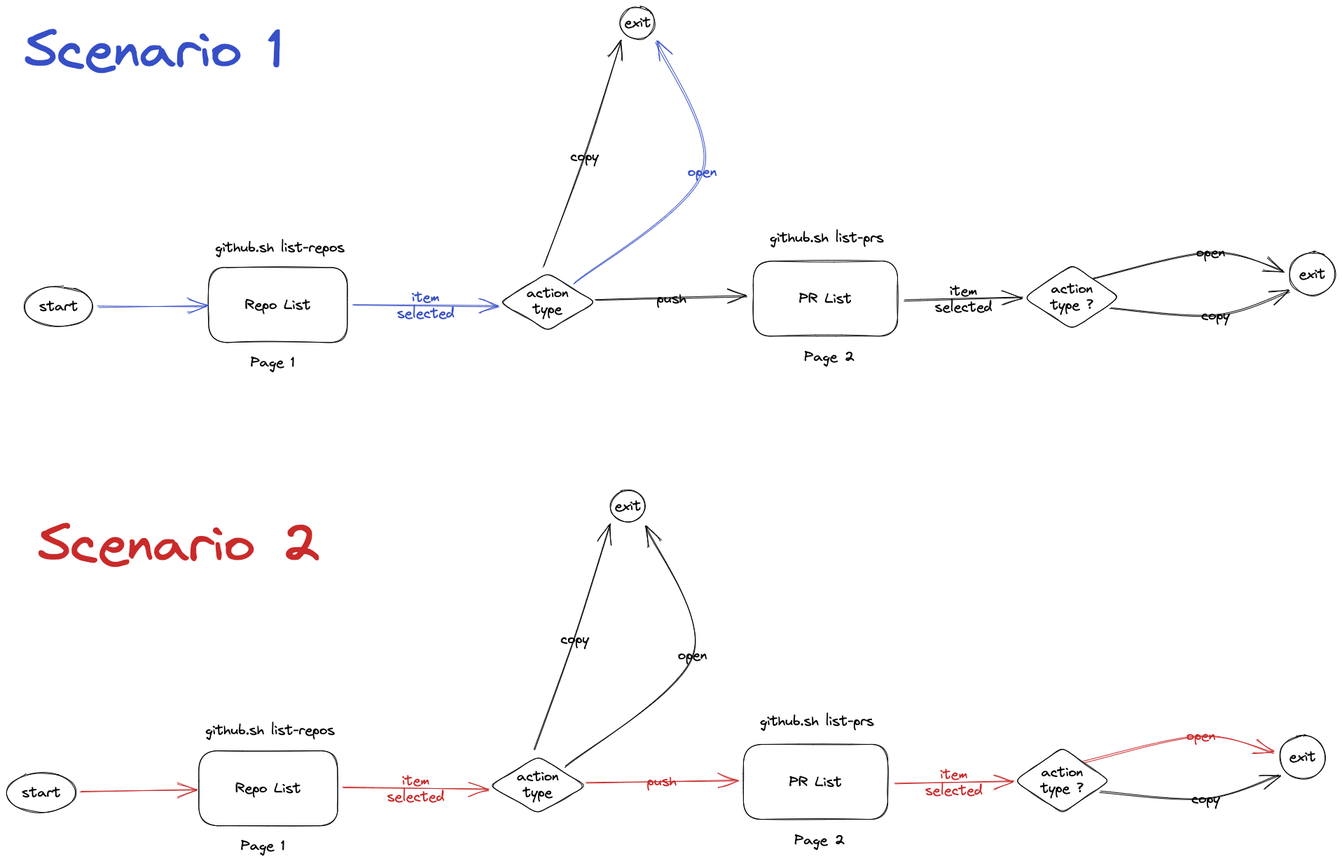
pomdtr/sunbeam keeps this Excalidraw diagram as docs/src/assets/event-loop.excalidraw.png. Above is the earlier version. Source tidied: one line per element, renumbered; positions are measured from the earlier drawing's top-left corner, leaving out a move shared by most shapes.
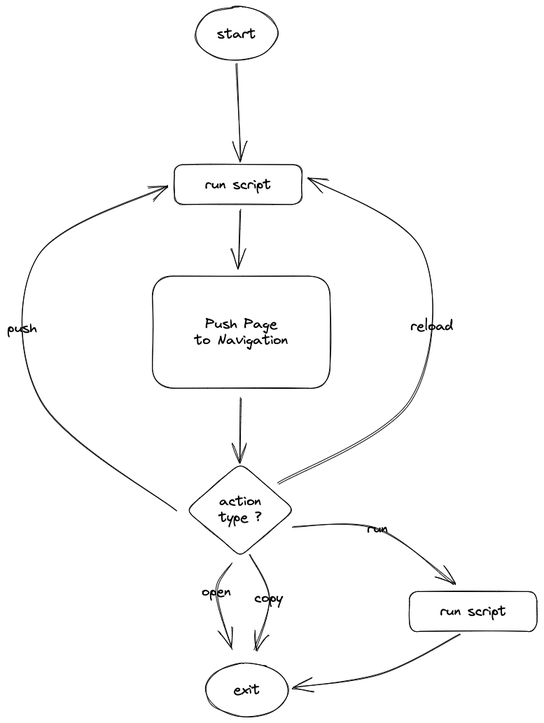
After the commit.

Diff of the diagram source:
```diff
@@ -1,68 +1,26 @@
-{"id": 0, "type": "ellipse", "strokeColor": "#000000", "strokeWidth": 1, "roughness": 1, "round": true, "x": 0, "y": 1093, "width": 98, "height": 57}
-{"id": 1, "type": "text", "text": "start", "strokeColor": "#000000", "strokeWidth": 1, "roughness": 1, "fontSize": 20, "fontFamily": 1, "textAlign": "center", "verticalAlign": "middle", "inside": 0, "x": 21, "y": 1110, "width": 56, "height": 23}
-{"id": 2, "type": "rectangle", "strokeColor": "#000000", "strokeWidth": 1, "roughness": 1, "round": true, "x": 274, "y": 1062, "width": 198, "height": 107}
-{"id": 3, "type": "text", "text": "Repo List", "strokeColor": "#000000", "strokeWidth": 1, "roughness": 1, "fontSize": 20, "fontFamily": 1, "textAlign": "center", "verticalAlign": "middle", "inside": 2, "x": 325, "y": 1104, "width": 95, "height": 23}
-{"id": 4, "type": "rectangle", "strokeColor": "#000000", "strokeWidth": 1, "roughness": 1, "round": true, "x": 1051, "y": 1053, "width": 206, "height": 107}
-{"id": 5, "type": "text", "text": "PR List", "strokeColor": "#000000", "strokeWidth": 1, "roughness": 1, "fontSize": 20, "fontFamily": 1, "textAlign": "center", "verticalAlign": "middle", "inside": 4, "x": 1116, "y": 1095, "width": 76, "height": 23}
-{"id": 6, "type": "diamond", "strokeColor": "#000000", "strokeWidth": 1, "roughness": 1, "round": true, "x": 689, "y": 1069, "width": 137, "height": 82}
-{"id": 7, "type": "text", "text": "action\ntype", "strokeColor": "#000000", "strokeWidth": 1, "roughness": 1, "fontSize": 20, "fontFamily": 1, "textAlign": "center", "verticalAlign": "middle", "inside": 6, "x": 728, "y": 1087, "width": 60, "height": 46}
-{"id": 8, "type": "arrow", "strokeColor": "#c92a2a", "strokeWidth": 1, "roughness": 1, "endArrowhead": "arrow", "round": true, "from": 2, "to": 6, "x": 479, "y": 1115, "width": 208, "height": 2, "points": [[0, 0], [208, 2]]}
-{"id": 9, "type": "text", "text": "item\nselected", "strokeColor": "#c92a2a", "strokeWidth": 1, "roughness": 1, "fontSize": 20, "fontFamily": 1, "textAlign": "center", "verticalAlign": "middle", "inside": 8, "x": 542, "y": 1093, "width": 83, "height": 46}
-{"id": 10, "type": "arrow", "strokeColor": "#c92a2a", "strokeWidth": 1, "roughness": 1, "endArrowhead": "arrow", "round": true, "from": 6, "to": 4, "x": 827, "y": 1108, "width": 216, "height": 5, "points": [[0, 0], [216, -5]]}
-{"id": 11, "type": "text", "text": "push", "strokeColor": "#c92a2a", "strokeWidth": 1, "roughness": 1, "fontSize": 20, "fontFamily": 1, "textAlign": "center", "verticalAlign": "middle", "inside": 10, "x": 913, "y": 1094, "width": 43, "height": 23}
-{"id": 12, "type": "arrow", "strokeColor": "#000000", "strokeWidth": 1, "roughness": 1, "endArrowhead": "arrow", "round": true, "from": 6, "to": 16, "x": 796, "y": 1084, "width": 183, "height": 345, "points": [[0, 0], [183, -159], [116, -345]]}
-{"id": 13, "type": "text", "text": "open", "strokeColor": "#000000", "strokeWidth": 1, "roughness": 1, "fontSize": 20, "fontFamily": 1, "textAlign": "center", "verticalAlign": "middle", "inside": 12, "x": 958, "y": 914, "width": 42, "height": 23}
-{"id": 14, "type": "text", "text": "Page 1", "strokeColor": "#000000", "strokeWidth": 1, "roughness": 1, "fontSize": 20, "fontFamily": 1, "x": 334, "y": 1185, "width": 64, "height": 25}
-{"id": 15, "type": "text", "text": "Page 2", "strokeColor": "#000000", "strokeWidth": 1, "roughness": 1, "fontSize": 20, "fontFamily": 1, "x": 1124, "y": 1177, "width": 73, "height": 25}
-{"id": 16, "type": "ellipse", "strokeColor": "#000000", "strokeWidth": 1, "roughness": 1, "round": true, "x": 862, "y": 690, "width": 49, "height": 46}
-{"id": 17, "type": "text", "text": "exit", "strokeColor": "#000000", "strokeWidth": 1, "roughness": 1, "fontSize": 20, "fontFamily": 1, "textAlign": "center", "verticalAlign": "middle", "inside": 16, "x": 867, "y": 701, "width": 39, "height": 23}
-{"id": 18, "type": "arrow", "strokeColor": "#c92a2a", "strokeWidth": 1, "roughness": 1, "endArrowhead": "arrow", "round": true, "from": 4, "to": 20, "x": 1267, "y": 1109, "width": 170, "height": 4, "points": [[0, 0], [170, -4]]}
-{"id": 19, "type": "text", "text": "item\nselected", "strokeColor": "#c92a2a", "strokeWidth": 1, "roughness": 1, "fontSize": 20, "fontFamily": 1, "textAlign": "center", "verticalAlign": "middle", "inside": 18, "x": 1310, "y": 1084, "width": 83, "height": 46}
-{"id": 20, "type": "diamond", "strokeColor": "#000000", "strokeWidth": 1, "roughness": 1, "round": true, "x": 1438, "y": 1057, "width": 137, "height": 93}
-{"id": 21, "type": "text", "text": "action\ntype ?", "strokeColor": "#000000", "strokeWidth": 1, "roughness": 1, "fontSize": 20, "fontFamily": 1, "textAlign": "center", "verticalAlign": "middle", "inside": 20, "x": 1475, "y": 1081, "width": 62, "height": 46}
-{"id": 22, "type": "arrow", "strokeColor": "#000000", "strokeWidth": 1, "roughness": 1, "endArrowhead": "arrow", "round": true, "from": 6, "to": 16, "x": 753, "y": 1060, "width": 110, "height": 323, "points": [[0, 0], [58, -157], [110, -323]]}
-{"id": 23, "type": "text", "text": "copy", "strokeColor": "#000000", "strokeWidth": 1, "roughness": 1, "fontSize": 20, "fontFamily": 1, "textAlign": "center", "verticalAlign": "middle", "inside": 22, "x": 790, "y": 891, "width": 41, "height": 23}
-{"id": 24, "type": "arrow", "strokeColor": "#c92a2a", "strokeWidth": 1, "roughness": 1, "endArrowhead": "arrow", "round": true, "from": 0, "to": 2, "x": 104, "y": 1121, "width": 167, "height": 3, "points": [[0, 0], [167, -3]]}
-{"id": 25, "type": "text", "text": "github.sh list-repos", "strokeColor": "#000000", "strokeWidth": 1, "roughness": 1, "fontSize": 20, "fontFamily": 1, "x": 283, "y": 1020, "width": 186, "height": 25}
-{"id": 26, "type": "text", "text": "github.sh list-prs", "strokeColor": "#000000", "strokeWidth": 1, "roughness": 1, "fontSize": 20, "fontFamily": 1, "x": 1075, "y": 1007, "width": 164, "height": 25}
-{"id": 27, "type": "ellipse", "strokeColor": "#000000", "strokeWidth": 1, "roughness": 1, "round": true, "x": 1817, "y": 1040, "width": 65, "height": 62}
-{"id": 28, "type": "text", "text": "exit", "strokeColor": "#000000", "strokeWidth": 1, "roughness": 1, "fontSize": 20, "fontFamily": 1, "textAlign": "center", "verticalAlign": "middle", "inside": 27, "x": 1830, "y": 1059, "width": 39, "height": 23}
-{"id": 29, "type": "arrow", "strokeColor": "#000000", "strokeWidth": 1, "roughness": 1, "endArrowhead": "arrow", "round": true, "from": 20, "to": 27, "x": 1561, "y": 1120, "width": 256, "height": 34, "points": [[0, 0], [151, 10], [256, -24]]}
-{"id": 30, "type": "text", "text": "copy", "strokeColor": "#000000", "strokeWidth": 1, "roughness": 1, "fontSize": 20, "fontFamily": 1, "textAlign": "center", "verticalAlign": "middle", "inside": 29, "x": 1691, "y": 1119, "width": 41, "height": 23}
-{"id": 31, "type": "arrow", "strokeColor": "#c92a2a", "strokeWidth": 1, "roughness": 1, "endArrowhead": "arrow", "round": true, "from": 20, "to": 27, "x": 1537, "y": 1077, "width": 271, "height": 36, "points": [[0, 0], [168, -36], [271, -12]]}
-{"id": 32, "type": "text", "text": "open", "strokeColor": "#c92a2a", "strokeWidth": 1, "roughness": 1, "fontSize": 20, "fontFamily": 1, "textAlign": "center", "verticalAlign": "middle", "inside": 31, "x": 1684, "y": 1029, "width": 42, "height": 23}
-{"id": 33, "type": "ellipse", "strokeColor": "#000000", "strokeWidth": 1, "roughness": 1, "round": true, "x": 25, "y": 399, "width": 98, "height": 57}
-{"id": 34, "type": "text", "text": "start", "strokeColor": "#000000", "strokeWidth": 1, "roughness": 1, "fontSize": 20, "fontFamily": 1, "textAlign": "center", "verticalAlign": "middle", "inside": 33, "x": 46, "y": 416, "width": 56, "height": 23}
-{"id": 35, "type": "rectangle", "strokeColor": "#000000", "strokeWidth": 1, "roughness": 1, "round": true, "x": 288, "y": 372, "width": 198, "height": 107}
-{"id": 36, "type": "text", "text": "Repo List", "strokeColor": "#000000", "strokeWidth": 1, "roughness": 1, "fontSize": 20, "fontFamily": 1, "textAlign": "center", "verticalAlign": "middle", "inside": 35, "x": 339, "y": 414, "width": 95, "height": 23}
-{"id": 37, "type": "rectangle", "strokeColor": "#000000", "strokeWidth": 1, "roughness": 1, "round": true, "x": 1065, "y": 363, "width": 206, "height": 107}
-{"id": 38, "type": "text", "text": "PR List", "strokeColor": "#000000", "strokeWidth": 1, "roughness": 1, "fontSize": 20, "fontFamily": 1, "textAlign": "center", "verticalAlign": "middle", "inside": 37, "x": 1130, "y": 405, "width": 76, "height": 23}
-{"id": 39, "type": "diamond", "strokeColor": "#000000", "strokeWidth": 1, "roughness": 1, "round": true, "x": 703, "y": 380, "width": 137, "height": 82}
-{"id": 40, "type": "text", "text": "action\ntype", "strokeColor": "#000000", "strokeWidth": 1, "roughness": 1, "fontSize": 20, "fontFamily": 1, "textAlign": "center", "verticalAlign": "middle", "inside": 39, "x": 742, "y": 397, "width": 60, "height": 46}
-{"id": 41, "type": "arrow", "strokeColor": "#364fc7", "strokeWidth": 1, "roughness": 1, "endArrowhead": "arrow", "round": true, "from": 35, "to": 39, "x": 494, "y": 425, "width": 208, "height": 2, "points": [[0, 0], [208, 2]]}
-{"id": 42, "type": "text", "text": "item\nselected", "strokeColor": "#364fc7", "strokeWidth": 1, "roughness": 1, "fontSize": 20, "fontFamily": 1, "textAlign": "center", "verticalAlign": "middle", "inside": 41, "x": 556, "y": 403, "width": 83, "height": 46}
-{"id": 43, "type": "arrow", "strokeColor": "#000000", "strokeWidth": 1, "roughness": 1, "endArrowhead": "arrow", "round": true, "from": 39, "to": 37, "x": 841, "y": 419, "width": 216, "height": 5, "points": [[0, 0], [216, -5]]}
-{"id": 44, "type": "text", "text": "push", "strokeColor": "#000000", "strokeWidth": 1, "roughness": 1, "fontSize": 20, "fontFamily": 1, "textAlign": "center", "verticalAlign": "middle", "inside": 43, "x": 927, "y": 405, "width": 43, "height": 23}
-{"id": 45, "type": "arrow", "strokeColor": "#364fc7", "strokeWidth": 1, "roughness": 1, "endArrowhead": "arrow", "round": true, "from": 39, "to": 49, "x": 810, "y": 394, "width": 183, "height": 345, "points": [[0, 0], [183, -159], [116, -345]]}
-{"id": 46, "type": "text", "text": "open", "strokeColor": "#364fc7", "strokeWidth": 1, "roughness": 1, "fontSize": 20, "fontFamily": 1, "textAlign": "center", "verticalAlign": "middle", "inside": 45, "x": 972, "y": 224, "width": 42, "height": 23}
-{"id": 47, "type": "text", "text": "Page 1", "strokeColor": "#000000", "strokeWidth": 1, "roughness": 1, "fontSize": 20, "fontFamily": 1, "x": 348, "y": 495, "width": 64, "height": 25}
-{"id": 48, "type": "text", "text": "Page 2", "strokeColor": "#000000", "strokeWidth": 1, "roughness": 1, "fontSize": 20, "fontFamily": 1, "x": 1138, "y": 487, "width": 73, "height": 25}
-{"id": 49, "type": "ellipse", "strokeColor": "#000000", "strokeWidth": 1, "roughness": 1, "round": true, "x": 876, "y": 0, "width": 49, "height": 46}
-{"id": 50, "type": "text", "text": "exit", "strokeColor": "#000000", "strokeWidth": 1, "roughness": 1, "fontSize": 20, "fontFamily": 1, "textAlign": "center", "verticalAlign": "middle", "inside": 49, "x": 881, "y": 11, "width": 39, "height": 23}
-{"id": 51, "type": "arrow", "strokeColor": "#000000", "strokeWidth": 1, "roughness": 1, "endArrowhead": "arrow", "round": true, "from": 37, "to": 53, "x": 1281, "y": 419, "width": 170, "height": 4, "points": [[0, 0], [170, -4]]}
-{"id": 52, "type": "text", "text": "item\nselected", "strokeColor": "#000000", "strokeWidth": 1, "roughness": 1, "fontSize": 20, "fontFamily": 1, "textAlign": "center", "verticalAlign": "middle", "inside": 51, "x": 1324, "y": 394, "width": 83, "height": 46}
-{"id": 53, "type": "diamond", "strokeColor": "#000000", "strokeWidth": 1, "roughness": 1, "round": true, "x": 1452, "y": 368, "width": 137, "height": 93}
-{"id": 54, "type": "text", "text": "action\ntype ?", "strokeColor": "#000000", "strokeWidth": 1, "roughness": 1, "fontSize": 20, "fontFamily": 1, "textAlign": "center", "verticalAlign": "middle", "inside": 53, "x": 1489, "y": 391, "width": 62, "height": 46}
-{"id": 55, "type": "arrow", "strokeColor": "#000000", "strokeWidth": 1, "roughness": 1, "endArrowhead": "arrow", "round": true, "from": 39, "to": 49, "x": 767, "y": 370, "width": 110, "height": 323, "points": [[0, 0], [58, -157], [110, -323]]}
-{"id": 56, "type": "text", "text": "copy", "strokeColor": "#000000", "strokeWidth": 1, "roughness": 1, "fontSize": 20, "fontFamily": 1, "textAlign": "center", "verticalAlign": "middle", "inside": 55, "x": 804, "y": 202, "width": 41, "height": 23}
-{"id": 57, "type": "arrow", "strokeColor": "#364fc7", "strokeWidth": 1, "roughness": 1, "endArrowhead": "arrow", "round": true, "from": 33, "to": 35, "x": 129, "y": 428, "width": 156, "height": 0, "points": [[0, 0], [156, 0]]}
-{"id": 58, "type": "text", "text": "github.sh list-repos", "strokeColor": "#000000", "strokeWidth": 1, "roughness": 1, "fontSize": 20, "fontFamily": 1, "x": 297, "y": 331, "width": 186, "height": 25}
-{"id": 59, "type": "text", "text": "github.sh list-prs", "strokeColor": "#000000", "strokeWidth": 1, "roughness": 1, "fontSize": 20, "fontFamily": 1, "x": 1089, "y": 317, "width": 164, "height": 25}
-{"id": 60, "type": "ellipse", "strokeColor": "#000000", "strokeWidth": 1, "roughness": 1, "round": true, "x": 1831, "y": 350, "width": 65, "height": 62}
-{"id": 61, "type": "text", "text": "exit", "strokeColor": "#000000", "strokeWidth": 1, "roughness": 1, "fontSize": 20, "fontFamily": 1, "textAlign": "center", "verticalAlign": "middle", "inside": 60, "x": 1844, "y": 370, "width": 39, "height": 23}
-{"id": 62, "type": "arrow", "strokeColor": "#000000", "strokeWidth": 1, "roughness": 1, "endArrowhead": "arrow", "round": true, "from": 53, "to": 60, "x": 1575, "y": 430, "width": 256, "height": 34, "points": [[0, 0], [151, 10], [256, -24]]}
-{"id": 63, "type": "text", "text": "copy", "strokeColor": "#000000", "strokeWidth": 1, "roughness": 1, "fontSize": 20, "fontFamily": 1, "textAlign": "center", "verticalAlign": "middle", "inside": 62, "x": 1705, "y": 429, "width": 41, "height": 23}
-{"id": 64, "type": "arrow", "strokeColor": "#000000", "strokeWidth": 1, "roughness": 1, "endArrowhead": "arrow", "round": true, "from": 53, "to": 60, "x": 1551, "y": 387, "width": 271, "height": 36, "points": [[0, 0], [168, -36], [271, -12]]}
-{"id": 65, "type": "text", "text": "open", "strokeColor": "#000000", "strokeWidth": 1, "roughness": 1, "fontSize": 20, "fontFamily": 1, "textAlign": "center", "verticalAlign": "middle", "inside": 64, "x": 1698, "y": 339, "width": 42, "height": 23}
-{"id": 66, "type": "text", "text": "Scenario 1", "strokeColor": "#364fc7", "strokeWidth": 1, "roughness": 1, "fontSize": 77.44, "fontFamily": 1, "x": 25, "y": 17, "width": 372, "height": 97}
-{"id": 67, "type": "text", "text": "Scenario 2", "strokeColor": "#c92a2a", "strokeWidth": 1, "roughness": 1, "fontSize": 77.44, "fontFamily": 1, "x": 44, "y": 720, "width": 404, "height": 98}
+{"id": 68, "type": "ellipse", "strokeColor": "#000000", "strokeWidth": 1, "roughness": 1, "round": true, "x": 547, "y": -159, "width": 118, "height": 76}
+{"id": 69, "type": "text", "text": "start", "strokeColor": "#000000", "strokeWidth": 1, "roughness": 1, "fontSize": 20, "fontFamily": 1, "textAlign": "center", "verticalAlign": "middle", "inside": 68, "x": 578, "y": -133, "width": 56, "height": 23}
+{"id": 70, "type": "rectangle", "strokeColor": "#000000", "strokeWidth": 1, "roughness": 1, "round": true, "x": 485, "y": 225, "width": 254, "height": 160}
+{"id": 71, "type": "text", "text": "Push Page\nto Navigation", "strokeColor": "#000000", "strokeWidth": 1, "roughness": 1, "fontSize": 20, "fontFamily": 1, "textAlign": "center", "verticalAlign": "middle", "inside": 70, "x": 545, "y": 282, "width": 134, "height": 46}
+{"id": 72, "type": "rectangle", "strokeColor": "#000000", "strokeWidth": 1, "roughness": 1, "round": true, "x": 517, "y": 66, "width": 182, "height": 57}
+{"id": 73, "type": "text", "text": "run script", "strokeColor": "#000000", "strokeWidth": 1, "roughness": 1, "fontSize": 20, "fontFamily": 1, "textAlign": "center", "verticalAlign": "middle", "inside": 72, "x": 560, "y": 83, "width": 95, "height": 23}
+{"id": 74, "type": "arrow", "strokeColor": "#000000", "strokeWidth": 1, "roughness": 1, "endArrowhead": "arrow", "round": true, "from": 68, "to": 72, "x": 605, "y": -79, "width": 7, "height": 140, "points": [[0, 0], [7, 140]]}
+{"id": 75, "type": "arrow", "strokeColor": "#000000", "strokeWidth": 1, "roughness": 1, "endArrowhead": "arrow", "round": true, "from": 72, "to": 70, "x": 611, "y": 130, "width": 3, "height": 81, "points": [[0, 0], [-3, 81]]}
+{"id": 76, "type": "arrow", "strokeColor": "#000000", "strokeWidth": 1, "roughness": 1, "endArrowhead": "arrow", "round": true, "from": 70, "to": 77, "x": 612, "y": 400, "width": 2, "height": 92, "points": [[0, 0], [-2, 92]]}
+{"id": 77, "type": "diamond", "strokeColor": "#000000", "strokeWidth": 1, "roughness": 1, "round": true, "x": 533, "y": 492, "width": 155, "height": 133}
+{"id": 78, "type": "text", "text": "action\ntype ?", "strokeColor": "#000000", "strokeWidth": 1, "roughness": 1, "fontSize": 20, "fontFamily": 1, "textAlign": "center", "verticalAlign": "middle", "inside": 77, "x": 580, "y": 535, "width": 62, "height": 46}
+{"id": 79, "type": "arrow", "strokeColor": "#000000", "strokeWidth": 1, "roughness": 1, "endArrowhead": "arrow", "round": true, "from": 77, "to": 72, "x": 521, "y": 560, "width": 200, "height": 464, "points": [[0, 0], [-196, -158], [-200, -362], [-13, -464]]}
+{"id": 80, "type": "text", "text": "push", "strokeColor": "#000000", "strokeWidth": 1, "roughness": 1, "fontSize": 20, "fontFamily": 1, "textAlign": "center", "verticalAlign": "middle", "inside": 79, "x": 278, "y": 288, "width": 43, "height": 23}
+{"id": 81, "type": "ellipse", "strokeColor": "#000000", "strokeWidth": 1, "roughness": 1, "round": true, "x": 561, "y": 778, "width": 118, "height": 76}
+{"id": 82, "type": "text", "text": "exit", "strokeColor": "#000000", "strokeWidth": 1, "roughness": 1, "fontSize": 20, "fontFamily": 1, "textAlign": "center", "verticalAlign": "middle", "inside": 81, "x": 601, "y": 804, "width": 39, "height": 23}
+{"id": 83, "type": "arrow", "strokeColor": "#000000", "strokeWidth": 1, "roughness": 1, "endArrowhead": "arrow", "round": true, "from": 77, "x": 599, "y": 635, "width": 22, "height": 123, "points": [[0, 0], [-22, 41], [0, 123]]}
+{"id": 84, "type": "text", "text": "open", "strokeColor": "#000000", "strokeWidth": 1, "roughness": 1, "fontSize": 20, "fontFamily": 1, "textAlign": "center", "verticalAlign": "middle", "inside": 83, "x": 556, "y": 664, "width": 42, "height": 23}
+{"id": 85, "type": "arrow", "strokeColor": "#000000", "strokeWidth": 1, "roughness": 1, "endArrowhead": "arrow", "round": true, "from": 77, "to": 81, "x": 625, "y": 622, "width": 27, "height": 138, "points": [[0, 0], [27, 63], [7, 138]]}
+{"id": 86, "type": "text", "text": "copy", "strokeColor": "#000000", "strokeWidth": 1, "roughness": 1, "fontSize": 20, "fontFamily": 1, "textAlign": "center", "verticalAlign": "middle", "inside": 85, "x": 631, "y": 673, "width": 41, "height": 23}
+{"id": 87, "type": "rectangle", "strokeColor": "#000000", "strokeWidth": 1, "roughness": 1, "round": true, "x": 853, "y": 675, "width": 182, "height": 57}
+{"id": 88, "type": "text", "text": "run script", "strokeColor": "#000000", "strokeWidth": 1, "roughness": 1, "fontSize": 20, "fontFamily": 1, "textAlign": "center", "verticalAlign": "middle", "inside": 87, "x": 896, "y": 692, "width": 95, "height": 23}
+{"id": 89, "type": "arrow", "strokeColor": "#000000", "strokeWidth": 1, "roughness": 1, "endArrowhead": "arrow", "round": true, "from": 77, "to": 87, "x": 685, "y": 584, "width": 231, "height": 81, "points": [[0, 0], [122, 2], [231, 81]]}
+{"id": 90, "type": "text", "text": "run", "strokeColor": "#000000", "strokeWidth": 1, "roughness": 1, "fontSize": 20, "fontFamily": 1, "textAlign": "center", "verticalAlign": "middle", "inside": 89, "x": 792, "y": 574, "width": 30, "height": 23}
+{"id": 91, "type": "arrow", "strokeColor": "#000000", "strokeWidth": 1, "roughness": 1, "endArrowhead": "arrow", "round": true, "from": 87, "to": 81, "x": 925, "y": 735, "width": 238, "height": 77, "points": [[0, 0], [-112, 58], [-238, 77]]}
+{"id": 92, "type": "arrow", "strokeColor": "#000000", "strokeWidth": 1, "roughness": 1, "endArrowhead": "arrow", "round": true, "from": 77, "to": 72, "x": 665, "y": 522, "width": 207, "height": 437, "points": [[0, 0], [190, -120], [207, -332], [43, -437]]}
+{"id": 93, "type": "text", "text": "reload", "strokeColor": "#000000", "strokeWidth": 1, "roughness": 1, "fontSize": 20, "fontFamily": 1, "textAlign": "center", "verticalAlign": "middle", "inside": 92, "x": 854, "y": 285, "width": 62, "height": 23}
```
